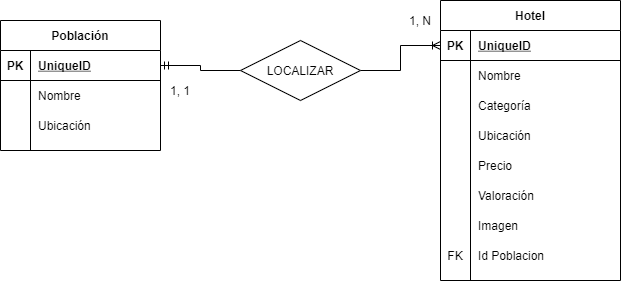
Earlier version of the draw.io export BBDD/Entidad Relación.png (FGomis/ProyectoEquipo4). Source tidied: cells renumbered, new cells last; positions are measured from the earlier drawing's top-left corner, leaving out a move shared by most shapes.
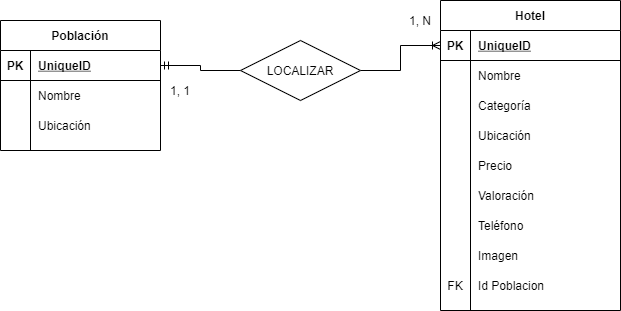
Above is the later version.

Commit message:
Cambios en ER y Sentencias SQL

What changed in the source:
```diff
@@ -33,7 +33,7 @@
       <mxGeometry x="30" width="130" height="30" as="geometry" />
     </mxCell>
     <mxCell id="12" value="Hotel" style="shape=table;startSize=30;rowLines=0;fontStyle=1;align=center;" parent="1" vertex="1">
-      <mxGeometry x="440" width="180" height="280" as="geometry" />
+      <mxGeometry x="440" width="180" height="310" as="geometry" />
     </mxCell>
     <mxCell id="13" style="shape=partialRectangle;fillColor=none;top=0;left=0;bottom=1;right=0;points=[[0,0.5],[1,0.5]];portConstraint=eastwest;" parent="12" vertex="1">
       <mxGeometry y="30" width="180" height="30" as="geometry" />
@@ -89,8 +89,17 @@
     <mxCell id="30" value="Valoración" style="shape=partialRectangle;fillColor=none;top=0;left=0;bottom=0;right=0;align=left;spacingLeft=6;overflow=hidden;" parent="28" vertex="1">
       <mxGeometry x="30" width="150" height="30" as="geometry" />
     </mxCell>
+    <mxCell id="42" style="shape=partialRectangle;fillColor=none;top=0;left=0;bottom=0;right=0;" parent="12" vertex="1">
+      <mxGeometry y="210" width="180" height="30" as="geometry" />
+    </mxCell>
+    <mxCell id="43" style="shape=partialRectangle;fillColor=none;top=0;left=0;bottom=0;right=0;overflow=hidden;" parent="42" vertex="1">
+      <mxGeometry width="30" height="30" as="geometry" />
+    </mxCell>
+    <mxCell id="44" value="Teléfono" style="shape=partialRectangle;fillColor=none;top=0;left=0;bottom=0;right=0;align=left;spacingLeft=6;overflow=hidden;" parent="42" vertex="1">
+      <mxGeometry x="30" width="150" height="30" as="geometry" />
+    </mxCell>
     <mxCell id="31" style="shape=partialRectangle;fillColor=none;top=0;left=0;bottom=0;right=0;" parent="12" vertex="1">
-      <mxGeometry y="210" width="180" height="30" as="geometry" />
+      <mxGeometry y="240" width="180" height="30" as="geometry" />
     </mxCell>
     <mxCell id="32" style="shape=partialRectangle;fillColor=none;top=0;left=0;bottom=0;right=0;overflow=hidden;" parent="31" vertex="1">
       <mxGeometry width="30" height="30" as="geometry" />
@@ -99,7 +108,7 @@
       <mxGeometry x="30" width="150" height="30" as="geometry" />
     </mxCell>
     <mxCell id="34" style="shape=partialRectangle;fillColor=none;top=0;left=0;bottom=0;right=0;" parent="12" vertex="1">
-      <mxGeometry y="240" width="180" height="30" as="geometry" />
+      <mxGeometry y="270" width="180" height="30" as="geometry" />
     </mxCell>
     <mxCell id="35" value="FK" style="shape=partialRectangle;fillColor=none;top=0;left=0;bottom=0;right=0;fontStyle=0;overflow=hidden;" parent="34" vertex="1">
       <mxGeometry width="30" height="30" as="geometry" />
```
